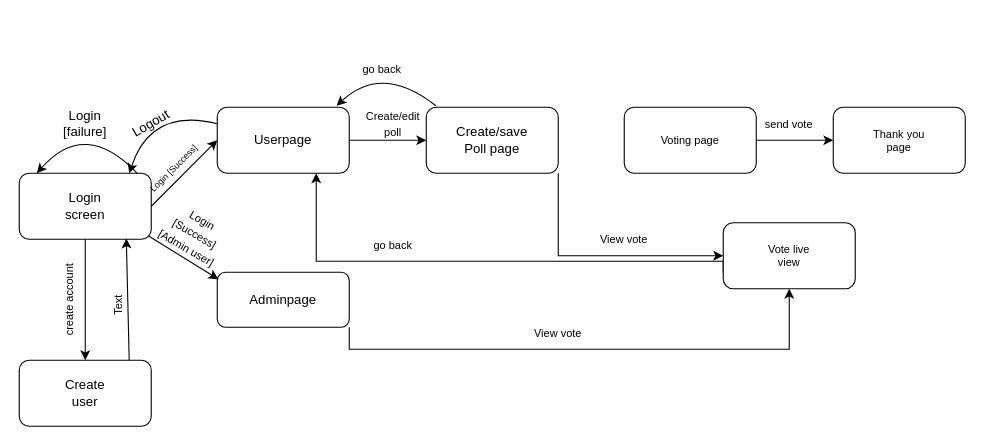
Before: page "Page-1" (1 of 2) of diagrams/application_flow.drawio in thomassihvl/group_assigment_dat250, a draw.io diagram. Source tidied: cells renumbered, new cells numbered last; positions are measured from the earlier drawing's top-left corner, leaving out a move shared by most shapes. Both pictures are drawn from the tidied source at 110%, with x=0, y=0 at pixel (19, 52).
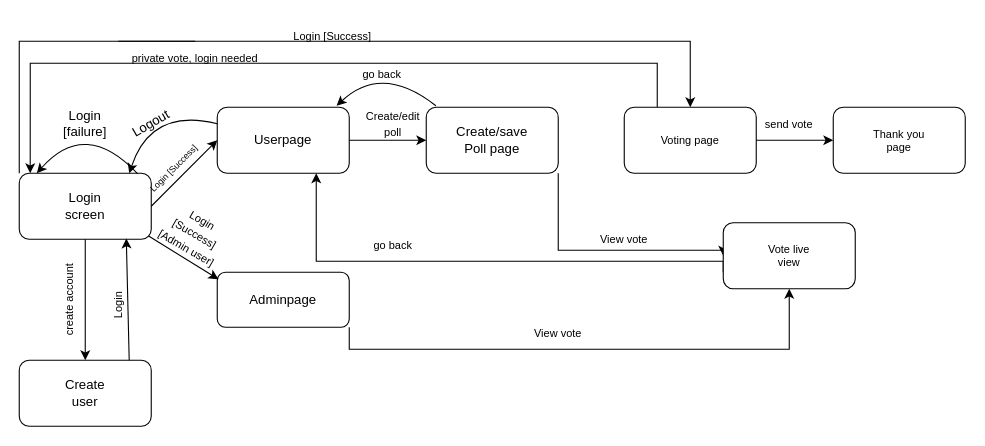
The same page after the edit.

Commit message:
updated application flow diagram

update

The change refers to these unchanged cells:
```xml
<mxCell id="2" style="rounded=1;whiteSpace=wrap;html=1;" parent="1" vertex="1">
  <mxGeometry y="110" width="120" height="60" as="geometry" />
</mxCell>
<mxCell id="9" style="rounded=1;whiteSpace=wrap;html=1;" parent="1" vertex="1">
  <mxGeometry x="370" y="50" width="120" height="60" as="geometry" />
</mxCell>
<mxCell id="24" style="rounded=1;whiteSpace=wrap;html=1;fontSize=8;" parent="1" vertex="1">
  <mxGeometry x="550" y="50" width="120" height="60" as="geometry" />
</mxCell>
<mxCell id="27" style="rounded=1;whiteSpace=wrap;html=1;fontSize=8;" parent="1" vertex="1">
  <mxGeometry x="640" y="155" width="120" height="60" as="geometry" />
</mxCell>
```

Diff of the diagram source:
```diff
@@
+    <mxCell id="42" style="edgeStyle=orthogonalEdgeStyle;rounded=0;jettySize=auto;html=1;exitX=0;exitY=0;exitDx=0;exitDy=0;entryX=0.5;entryY=0;entryDx=0;entryDy=0;fontSize=10;startArrow=none;" parent="1" edge="1" source="45" target="24">
+      <mxGeometry relative="1" as="geometry">
+        <Array as="points">
+          <mxPoint x="610" y="-10" />
+        </Array>
+      </mxGeometry>
+    </mxCell>
@@
     <mxCell id="8" style="edgeStyle=orthogonalEdgeStyle;rounded=0;jettySize=auto;html=1;exitX=1;exitY=1;exitDx=0;exitDy=0;entryX=0;entryY=0.5;entryDx=0;entryDy=0;fontSize=10;" parent="1" edge="1" source="9" target="27">
-      <mxGeometry relative="1" as="geometry" />
+      <mxGeometry relative="1" as="geometry">
+        <Array as="points">
+          <mxPoint x="490" y="180" />
+          <mxPoint x="640" y="180" />
+        </Array>
+      </mxGeometry>
     </mxCell>
@@
+    <mxCell id="43" style="edgeStyle=orthogonalEdgeStyle;rounded=0;jettySize=auto;html=1;exitX=0.25;exitY=0;exitDx=0;exitDy=0;entryX=0.083;entryY=0;entryDx=0;entryDy=0;entryPerimeter=0;fontSize=10;" parent="1" edge="1" source="24" target="2">
+      <mxGeometry relative="1" as="geometry">
+        <Array as="points">
+          <mxPoint x="580" y="10" />
+          <mxPoint x="10" y="10" />
+        </Array>
+      </mxGeometry>
+    </mxCell>
@@
     <mxCell id="31" value="go back" style="text;html=1;strokeColor=none;fillColor=none;align=center;verticalAlign=middle;whiteSpace=wrap;rounded=0;fontSize=10;" parent="1" vertex="1">
-      <mxGeometry x="300" width="60" height="30" as="geometry" />
+      <mxGeometry x="300" y="10" width="60" height="20" as="geometry" />
     </mxCell>
@@
-    <mxCell id="35" value="Text" style="text;html=1;strokeColor=none;fillColor=none;align=center;verticalAlign=middle;whiteSpace=wrap;rounded=0;fontSize=10;rotation=-90;" parent="1" vertex="1">
+    <mxCell id="35" value="Login" style="text;html=1;strokeColor=none;fillColor=none;align=center;verticalAlign=middle;whiteSpace=wrap;rounded=0;fontSize=10;rotation=-90;" parent="1" vertex="1">
       <mxGeometry x="60" y="215" width="60" height="30" as="geometry" />
     </mxCell>
@@
+    <mxCell id="44" value="Login [Success]" style="text;html=1;strokeColor=none;fillColor=none;align=center;verticalAlign=middle;whiteSpace=wrap;rounded=0;fontSize=10;" parent="1" vertex="1">
+      <mxGeometry x="240" y="-30" width="90" height="30" as="geometry" />
+    </mxCell>
+    <mxCell id="45" value="private vote, login needed" style="text;html=1;strokeColor=none;fillColor=none;align=center;verticalAlign=middle;whiteSpace=wrap;rounded=0;fontSize=10;" parent="1" vertex="1">
+      <mxGeometry x="90" y="-10" width="140" height="30" as="geometry" />
+    </mxCell>
+    <mxCell id="46" style="edgeStyle=orthogonalEdgeStyle;rounded=0;jettySize=auto;html=1;exitX=0;exitY=0;exitDx=0;exitDy=0;entryX=0.5;entryY=0;entryDx=0;entryDy=0;fontSize=10;endArrow=none;" parent="1" edge="1" source="2" target="45">
+      <mxGeometry relative="1" as="geometry">
+        <Array as="points">
+          <mxPoint y="-10" />
+        </Array>
+      </mxGeometry>
+    </mxCell>
```
